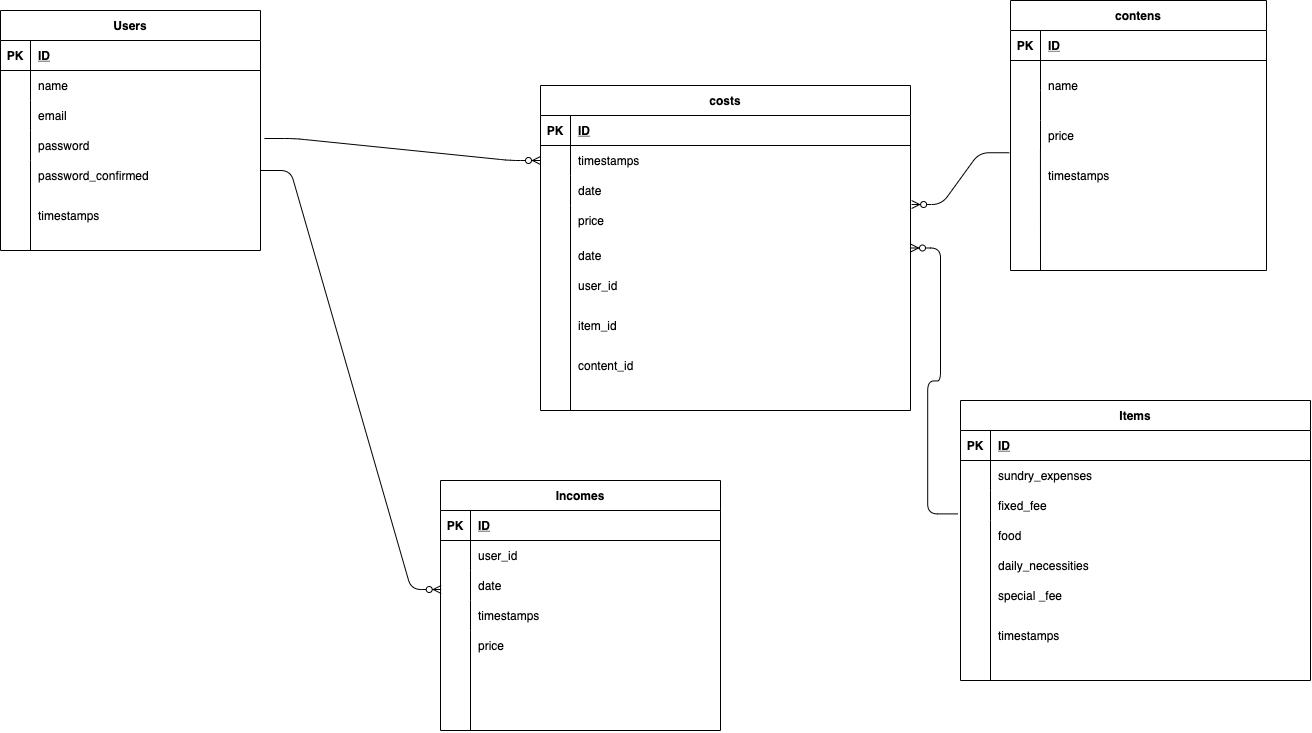
The draw.io diagram index.drawio.png in keisukefukuchi/accounting-book, before a commit. Source tidied: cells renumbered, new cells last; positions are measured from the earlier drawing's top-left corner, leaving out a move shared by most shapes.
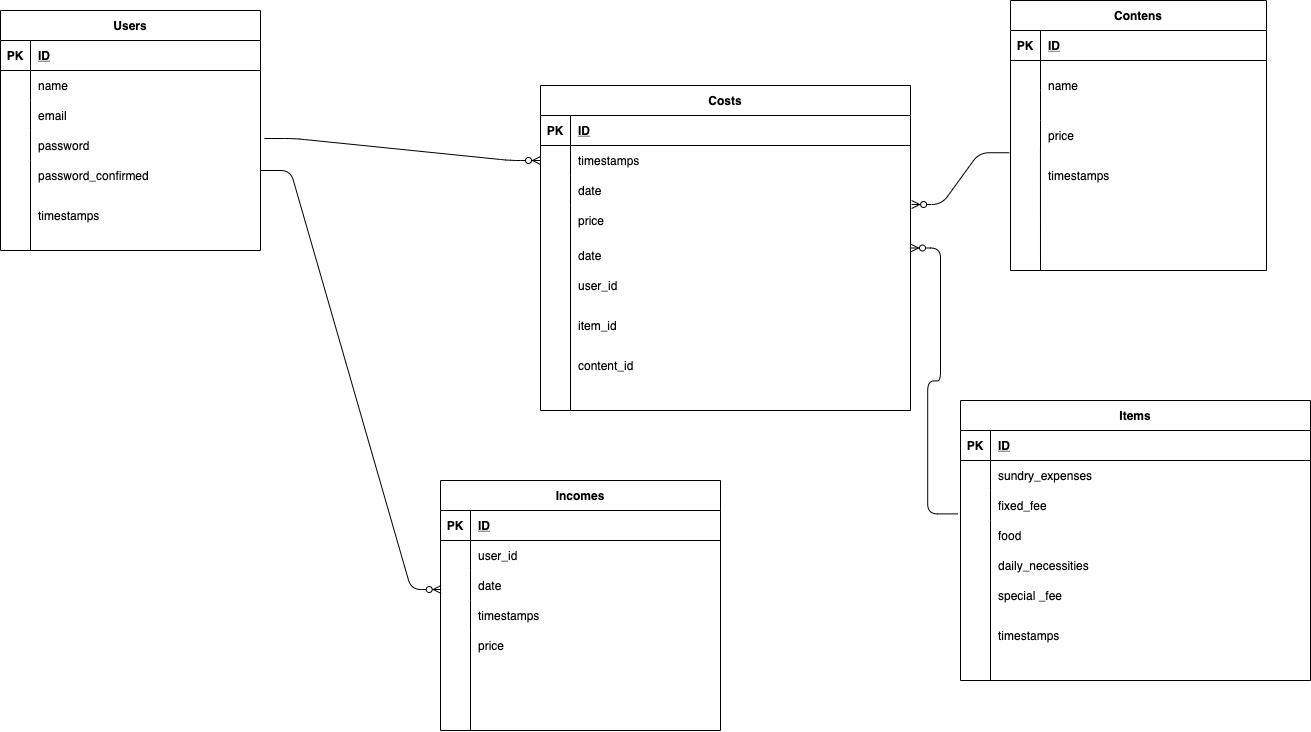
After the change.

Change to the diagram source:
```diff
@@ -53,7 +53,7 @@
     <mxCell id="17" value="timestamps" style="shape=partialRectangle;fillColor=none;top=0;left=0;bottom=0;right=0;align=left;spacingLeft=6;overflow=hidden;" parent="1" vertex="1">
       <mxGeometry x="30" y="200" width="230" height="30" as="geometry" />
     </mxCell>
-    <mxCell id="18" value="contens" style="shape=table;startSize=30;rowLines=0;fontStyle=1;align=center;" parent="1" vertex="1">
+    <mxCell id="18" value="Contens" style="shape=table;startSize=30;rowLines=0;fontStyle=1;align=center;" parent="1" vertex="1">
       <mxGeometry x="1010" width="256" height="270" as="geometry" />
     </mxCell>
     <mxCell id="19" style="shape=partialRectangle;fillColor=none;top=0;left=0;bottom=1;right=0;" parent="18" vertex="1">
@@ -225,7 +225,7 @@
     <mxCell id="70" value="timestamps" style="shape=partialRectangle;fillColor=none;top=0;left=0;bottom=0;right=0;align=left;spacingLeft=6;overflow=hidden;" parent="1" vertex="1">
       <mxGeometry x="990" y="620" width="226" height="30" as="geometry" />
     </mxCell>
-    <mxCell id="71" value="costs" style="shape=table;startSize=30;rowLines=0;fontStyle=1;align=center;" parent="1" vertex="1">
+    <mxCell id="71" value="Costs" style="shape=table;startSize=30;rowLines=0;fontStyle=1;align=center;" parent="1" vertex="1">
       <mxGeometry x="540" y="85" width="370" height="325" as="geometry" />
     </mxCell>
     <mxCell id="72" style="shape=partialRectangle;fillColor=none;top=0;left=0;bottom=1;right=0;" parent="71" vertex="1">
```
